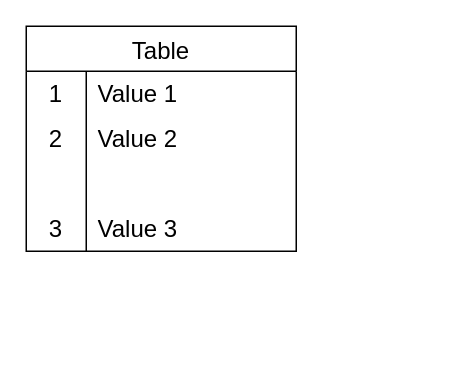
This is Untitled Diagram.drawio from nummy/top, a draw.io file, before an edit. Source tidied: cells renumbered, new cells numbered last; positions are measured from the earlier drawing's top-left corner, leaving out a move shared by most shapes. Both pictures are drawn from the tidied source at 150%, with x=0, y=0 at pixel (26, 26).
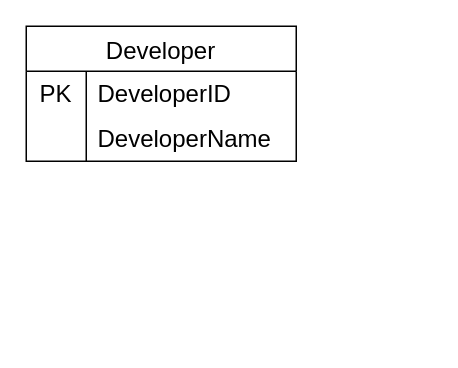
The same diagram, later.

The edit, as a diff of the source:
```diff
@@
 <mxGraphModel>
   <root>
     <mxCell id="0" />
     <mxCell id="1" parent="0" />
     <mxCell id="2" style="shape=table;startSize=0;childLayout=tableLayout;fontSize=11;fillColor=none;strokeColor=none;" parent="1" vertex="1">
       <mxGeometry x="210" y="150" width="60" height="60" as="geometry" />
     </mxCell>
-    <mxCell id="3" value="Table" style="shape=table;startSize=30;childLayout=tableLayout;rowLines=0;fontStyle=0;strokeColor=default;fontSize=16;" parent="1" vertex="1">
-      <mxGeometry width="180" height="150" as="geometry" />
+    <mxCell id="3" value="Developer" style="shape=table;startSize=30;childLayout=tableLayout;rowLines=0;fontStyle=0;strokeColor=default;fontSize=16;" parent="1" vertex="1">
+      <mxGeometry width="180" height="90" as="geometry" />
     </mxCell>
     <mxCell id="4" style="shape=tableRow;horizontal=0;startSize=0;swimlaneHead=0;swimlaneBody=0;top=0;left=0;bottom=0;right=0;fillColor=none;strokeColor=inherit;fontSize=16;" parent="3" vertex="1">
       <mxGeometry y="30" width="180" height="30" as="geometry" />
     </mxCell>
-    <mxCell id="5" value="1" style="shape=partialRectangle;html=1;whiteSpace=wrap;fillColor=none;top=0;left=0;bottom=0;right=0;overflow=hidden;strokeColor=inherit;fontSize=16;" parent="4" vertex="1">
+    <mxCell id="5" value="PK" style="shape=partialRectangle;html=1;whiteSpace=wrap;fillColor=none;top=0;left=0;bottom=0;right=0;overflow=hidden;strokeColor=inherit;fontSize=16;" parent="4" vertex="1">
       <mxGeometry width="40" height="30" as="geometry" />
     </mxCell>
-    <mxCell id="6" value="Value 1" style="shape=partialRectangle;html=1;whiteSpace=wrap;fillColor=none;top=0;left=0;bottom=0;right=0;align=left;spacingLeft=6;overflow=hidden;strokeColor=inherit;fontSize=16;" parent="4" vertex="1">
+    <mxCell id="6" value="DeveloperID" style="shape=partialRectangle;html=1;whiteSpace=wrap;fillColor=none;top=0;left=0;bottom=0;right=0;align=left;spacingLeft=6;overflow=hidden;strokeColor=inherit;fontSize=16;" parent="4" vertex="1">
       <mxGeometry x="40" width="140" height="30" as="geometry" />
     </mxCell>
     <mxCell id="7" style="shape=tableRow;horizontal=0;startSize=0;swimlaneHead=0;swimlaneBody=0;top=0;left=0;bottom=0;right=0;fillColor=none;strokeColor=inherit;fontSize=16;" parent="3" vertex="1">
       <mxGeometry y="60" width="180" height="30" as="geometry" />
     </mxCell>
-    <mxCell id="8" value="2" style="shape=partialRectangle;html=1;whiteSpace=wrap;fillColor=none;top=0;left=0;bottom=0;right=0;overflow=hidden;strokeColor=inherit;fontSize=16;" parent="7" vertex="1">
+    <mxCell id="8" style="shape=partialRectangle;html=1;whiteSpace=wrap;fillColor=none;top=0;left=0;bottom=0;right=0;overflow=hidden;strokeColor=inherit;fontSize=16;" parent="7" vertex="1">
       <mxGeometry width="40" height="30" as="geometry" />
     </mxCell>
-    <mxCell id="9" value="Value 2" style="shape=partialRectangle;html=1;whiteSpace=wrap;fillColor=none;top=0;left=0;bottom=0;right=0;align=left;spacingLeft=6;overflow=hidden;strokeColor=inherit;fontSize=16;" parent="7" vertex="1">
+    <mxCell id="9" value="DeveloperName" style="shape=partialRectangle;html=1;whiteSpace=wrap;fillColor=none;top=0;left=0;bottom=0;right=0;align=left;spacingLeft=6;overflow=hidden;strokeColor=inherit;fontSize=16;" parent="7" vertex="1">
       <mxGeometry x="40" width="140" height="30" as="geometry" />
     </mxCell>
-    <mxCell id="10" style="shape=tableRow;horizontal=0;startSize=0;swimlaneHead=0;swimlaneBody=0;top=0;left=0;bottom=0;right=0;fillColor=none;strokeColor=inherit;fontSize=16;" parent="3" vertex="1">
-      <mxGeometry y="90" width="180" height="30" as="geometry" />
-    </mxCell>
-    <mxCell id="11" style="shape=partialRectangle;html=1;whiteSpace=wrap;fillColor=none;top=0;left=0;bottom=0;right=0;overflow=hidden;strokeColor=inherit;fontSize=16;" parent="10" vertex="1">
-      <mxGeometry width="40" height="30" as="geometry" />
-    </mxCell>
-    <mxCell id="12" style="shape=partialRectangle;html=1;whiteSpace=wrap;fillColor=none;top=0;left=0;bottom=0;right=0;align=left;spacingLeft=6;overflow=hidden;strokeColor=inherit;fontSize=16;" parent="10" vertex="1">
-      <mxGeometry x="40" width="140" height="30" as="geometry" />
-    </mxCell>
-    <mxCell id="13" style="shape=tableRow;horizontal=0;startSize=0;swimlaneHead=0;swimlaneBody=0;top=0;left=0;bottom=0;right=0;fillColor=none;strokeColor=inherit;fontSize=16;" parent="3" vertex="1">
-      <mxGeometry y="120" width="180" height="30" as="geometry" />
-    </mxCell>
-    <mxCell id="14" value="3" style="shape=partialRectangle;html=1;whiteSpace=wrap;fillColor=none;top=0;left=0;bottom=0;right=0;overflow=hidden;strokeColor=inherit;fontSize=16;" parent="13" vertex="1">
-      <mxGeometry width="40" height="30" as="geometry" />
-    </mxCell>
-    <mxCell id="15" value="Value 3" style="shape=partialRectangle;html=1;whiteSpace=wrap;fillColor=none;top=0;left=0;bottom=0;right=0;align=left;spacingLeft=6;overflow=hidden;strokeColor=inherit;fontSize=16;" parent="13" vertex="1">
-      <mxGeometry x="40" width="140" height="30" as="geometry" />
-    </mxCell>
   </root>
 </mxGraphModel>
```
